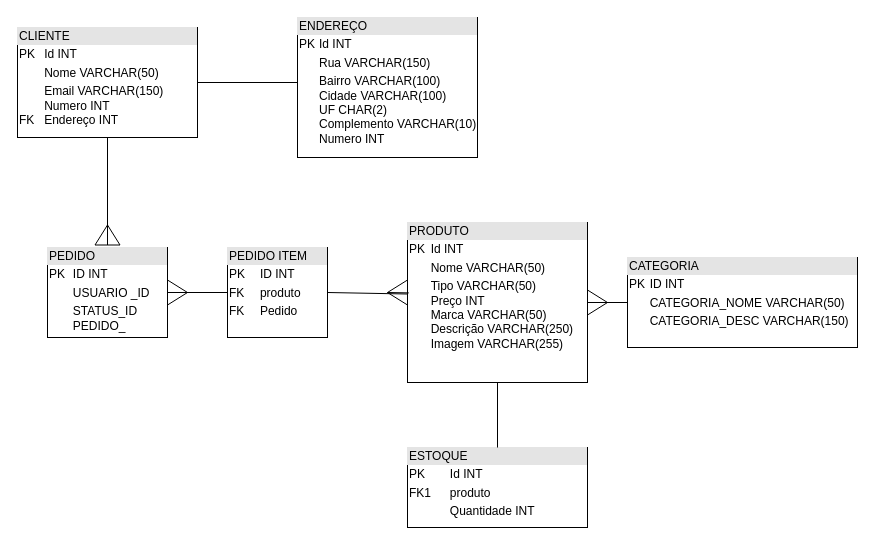
Erick-Simas/projeto-tsi-awc keeps this draw.io diagram as Diagrama sem nome.drawio. Above is the earlier version. Source tidied: cells renumbered, new cells numbered last; positions are measured from the earlier drawing's top-left corner, leaving out a move shared by most shapes. Both pictures are drawn from the tidied source at 100%, with x=0, y=0 at pixel (17, 17).
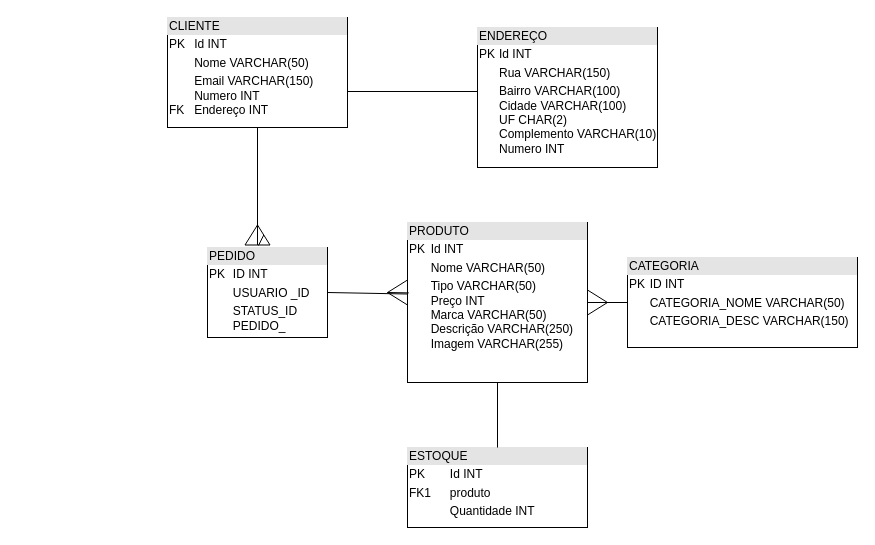
The same diagram, later.

The change refers to these unchanged cells:
```xml
<mxCell id="4" style="triangle;whiteSpace=wrap;html=1;rotation=-180;" parent="1" vertex="1">
  <mxGeometry x="370" y="262.5" width="20" height="25" as="geometry" />
</mxCell>
```

What changed in the source:
```diff
@@
     <mxCell id="2" style="triangle;whiteSpace=wrap;html=1;rotation=-90;" parent="1" vertex="1">
-      <mxGeometry x="80" y="205" width="20" height="25" as="geometry" />
+      <mxGeometry x="230" y="205" width="20" height="25" as="geometry" />
     </mxCell>
@@
-    <mxCell id="5" style="triangle;whiteSpace=wrap;html=1;" parent="1" vertex="1">
-      <mxGeometry x="150" y="262.5" width="20" height="25" as="geometry" />
-    </mxCell>
     <mxCell id="6" value="&lt;div style=&quot;box-sizing:border-box;width:100%;background:#e4e4e4;padding:2px;&quot;&gt;CLIENTE&lt;/div&gt;&lt;table style=&quot;width:100%;font-size:1em;&quot; cellpadding=&quot;2&quot; cellspacing=&quot;0&quot;&gt;&lt;tbody&gt;&lt;tr&gt;&lt;td&gt;PK&lt;/td&gt;&lt;td&gt;Id INT&lt;/td&gt;&lt;/tr&gt;&lt;tr&gt;&lt;td&gt;&lt;br&gt;&lt;/td&gt;&lt;td&gt;Nome VARCHAR(50)&lt;/td&gt;&lt;/tr&gt;&lt;tr&gt;&lt;td&gt;&lt;br&gt;&lt;br&gt;FK&lt;/td&gt;&lt;td&gt;Email VARCHAR(150)&lt;br&gt;Numero INT&lt;br&gt;Endereço INT&lt;/td&gt;&lt;/tr&gt;&lt;/tbody&gt;&lt;/table&gt;" style="verticalAlign=top;align=left;overflow=fill;html=1;" parent="1" vertex="1">
-      <mxGeometry y="10" width="180" height="110" as="geometry" />
+      <mxGeometry x="150" width="180" height="110" as="geometry" />
     </mxCell>
     <mxCell id="7" value="&lt;div style=&quot;box-sizing:border-box;width:100%;background:#e4e4e4;padding:2px;&quot;&gt;ENDEREÇO&lt;/div&gt;&lt;table style=&quot;width:100%;font-size:1em;&quot; cellpadding=&quot;2&quot; cellspacing=&quot;0&quot;&gt;&lt;tbody&gt;&lt;tr&gt;&lt;td&gt;PK&lt;/td&gt;&lt;td&gt;Id INT&lt;/td&gt;&lt;/tr&gt;&lt;tr&gt;&lt;td&gt;&lt;br&gt;&lt;/td&gt;&lt;td&gt;Rua VARCHAR(150)&lt;/td&gt;&lt;/tr&gt;&lt;tr&gt;&lt;td&gt;&lt;/td&gt;&lt;td&gt;Bairro VARCHAR(100)&lt;br&gt;Cidade VARCHAR(100)&lt;br&gt;UF CHAR(2)&lt;br&gt;Complemento VARCHAR(10)&lt;br&gt;Numero INT&lt;/td&gt;&lt;/tr&gt;&lt;/tbody&gt;&lt;/table&gt;" style="verticalAlign=top;align=left;overflow=fill;html=1;" parent="1" vertex="1">
-      <mxGeometry x="280" width="180" height="140" as="geometry" />
+      <mxGeometry x="460" y="10" width="180" height="140" as="geometry" />
     </mxCell>
@@
     <mxCell id="10" style="line;strokeWidth=1;fillColor=none;align=left;verticalAlign=middle;spacingTop=-1;spacingLeft=3;spacingRight=3;labelPosition=right;strokeColor=inherit;" parent="1" vertex="1">
-      <mxGeometry x="180" y="61" width="100" height="8" as="geometry" />
+      <mxGeometry x="330" y="70" width="130" height="8" as="geometry" />
     </mxCell>
@@
     <mxCell id="12" value="&lt;div style=&quot;box-sizing:border-box;width:100%;background:#e4e4e4;padding:2px;&quot;&gt;PEDIDO&lt;/div&gt;&lt;table style=&quot;width:100%;font-size:1em;&quot; cellpadding=&quot;2&quot; cellspacing=&quot;0&quot;&gt;&lt;tbody&gt;&lt;tr&gt;&lt;td&gt;PK&lt;/td&gt;&lt;td&gt;ID INT&lt;/td&gt;&lt;/tr&gt;&lt;tr&gt;&lt;td&gt;&lt;br&gt;&lt;/td&gt;&lt;td&gt;USUARIO _ID&lt;/td&gt;&lt;/tr&gt;&lt;tr&gt;&lt;td&gt;&lt;/td&gt;&lt;td&gt;STATUS_ID&lt;br&gt;PEDIDO_&lt;br&gt;&lt;br&gt;&lt;/td&gt;&lt;/tr&gt;&lt;/tbody&gt;&lt;/table&gt;" style="verticalAlign=top;align=left;overflow=fill;html=1;" parent="1" vertex="1">
-      <mxGeometry x="30" y="230" width="120" height="90" as="geometry" />
+      <mxGeometry x="190" y="230" width="120" height="90" as="geometry" />
     </mxCell>
@@
-    <mxCell id="17" style="endArrow=none;html=1;rounded=0;entryX=0;entryY=0.5;entryDx=0;entryDy=0;startArrow=none;" parent="1" edge="1" target="18">
-      <mxGeometry relative="1" as="geometry">
-        <mxPoint x="150" y="275" as="sourcePoint" />
-      </mxGeometry>
-    </mxCell>
-    <mxCell id="18" value="&lt;div style=&quot;box-sizing:border-box;width:100%;background:#e4e4e4;padding:2px;&quot;&gt;PEDIDO ITEM&lt;/div&gt;&lt;table style=&quot;width:100%;font-size:1em;&quot; cellpadding=&quot;2&quot; cellspacing=&quot;0&quot;&gt;&lt;tbody&gt;&lt;tr&gt;&lt;td&gt;PK&lt;/td&gt;&lt;td&gt;ID INT&lt;/td&gt;&lt;/tr&gt;&lt;tr&gt;&lt;td&gt;FK&lt;/td&gt;&lt;td&gt;produto&lt;/td&gt;&lt;/tr&gt;&lt;tr&gt;&lt;td&gt;FK&lt;/td&gt;&lt;td&gt;Pedido&amp;nbsp;&lt;br&gt;&lt;/td&gt;&lt;/tr&gt;&lt;/tbody&gt;&lt;/table&gt;" style="verticalAlign=top;align=left;overflow=fill;html=1;" parent="1" vertex="1">
-      <mxGeometry x="210" y="230" width="100" height="90" as="geometry" />
-    </mxCell>
-    <mxCell id="19" style="endArrow=none;html=1;rounded=0;exitX=1;exitY=0.5;exitDx=0;exitDy=0;entryX=0;entryY=0.5;entryDx=0;entryDy=0;" parent="1" edge="1" source="12" target="5">
-      <mxGeometry relative="1" as="geometry" />
-    </mxCell>
-    <mxCell id="20" style="endArrow=none;html=1;rounded=0;exitX=1;exitY=0.5;exitDx=0;exitDy=0;entryX=0.007;entryY=0.44;entryDx=0;entryDy=0;entryPerimeter=0;startArrow=none;" parent="1" edge="1" source="18" target="4">
-      <mxGeometry relative="1" as="geometry" />
+    <mxCell id="20" style="endArrow=none;html=1;rounded=0;exitX=1;exitY=0.5;exitDx=0;exitDy=0;entryX=0.007;entryY=0.44;entryDx=0;entryDy=0;entryPerimeter=0;startArrow=none;" parent="1" edge="1" target="4">
+      <mxGeometry relative="1" as="geometry">
+        <mxPoint x="310" y="275" as="sourcePoint" />
+      </mxGeometry>
     </mxCell>
@@
+    <mxCell id="22" style="endArrow=none;html=1;rounded=0;entryX=0.5;entryY=1;entryDx=0;entryDy=0;startArrow=none;exitX=0.425;exitY=-0.022;exitDx=0;exitDy=0;exitPerimeter=0;" parent="1" edge="1" source="12" target="2">
+      <mxGeometry relative="1" as="geometry" />
+    </mxCell>
```
